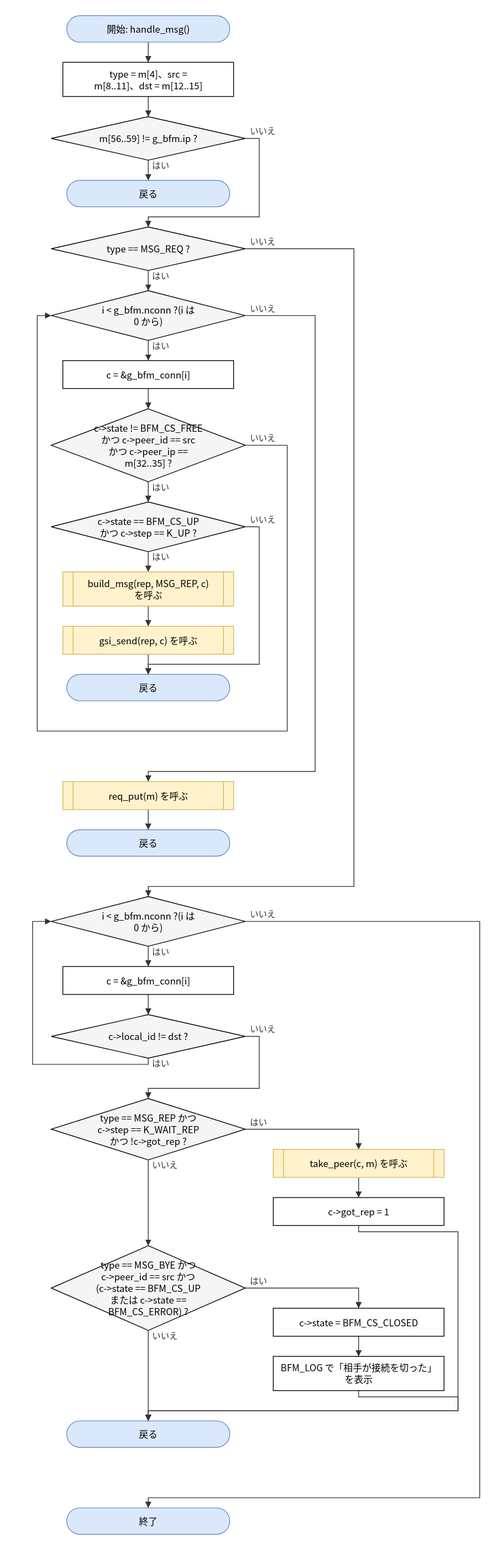
The draw.io diagram doc/spec/images/flow_src_bfm_cm-handle_msg.drawio.svg in hf355051012-ai/bfmem, before a commit. Source tidied: cells renumbered, new cells last; positions are measured from the earlier drawing's top-left corner, leaving out a move shared by most shapes.
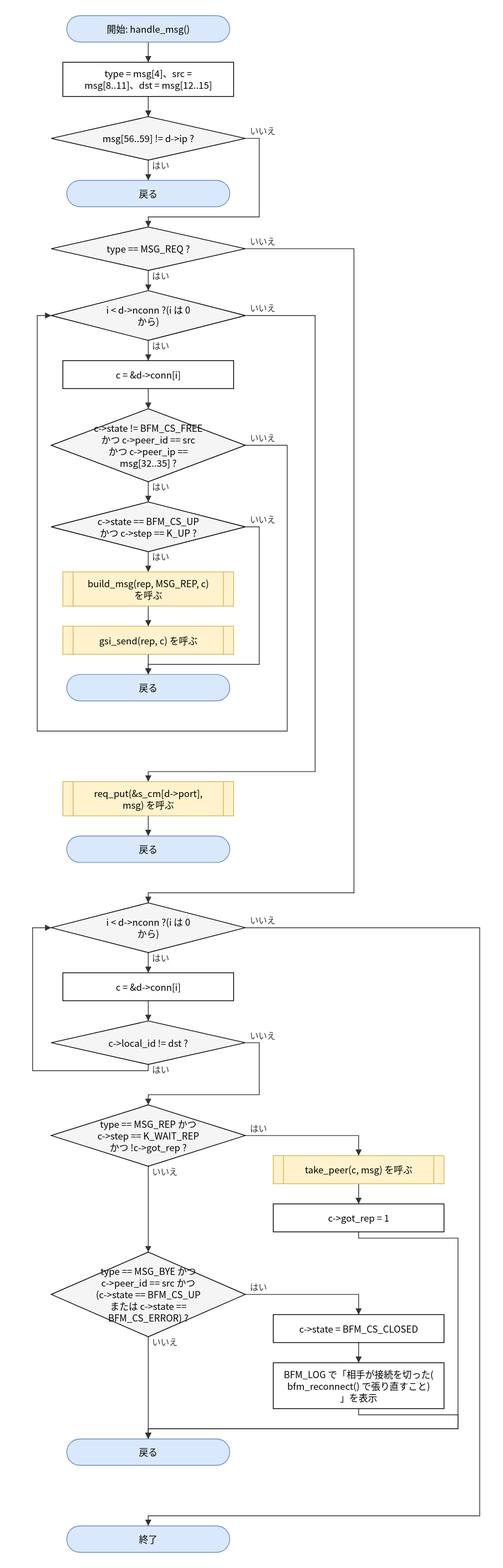
After the commit.

Diff of the diagram source:
```diff
@@ -5,10 +5,10 @@
     <mxCell id="2" value="開始: handle_msg()" style="rounded=1;arcSize=50;whiteSpace=wrap;html=1;fillColor=#dae8fc;strokeColor=#6c8ebf;" parent="1" vertex="1">
       <mxGeometry x="44" width="210" height="34" as="geometry" />
     </mxCell>
-    <mxCell id="3" value="type = m[4]、src =&lt;br&gt;m[8..11]、dst = m[12..15]" style="rounded=0;whiteSpace=wrap;html=1;" parent="1" vertex="1">
+    <mxCell id="3" value="type = msg[4]、src =&lt;br&gt;msg[8..11]、dst = msg[12..15]" style="rounded=0;whiteSpace=wrap;html=1;" parent="1" vertex="1">
       <mxGeometry x="39" y="60" width="220" height="44" as="geometry" />
     </mxCell>
-    <mxCell id="4" value="m[56..59] != g_bfm.ip ?" style="rhombus;whiteSpace=wrap;html=1;fillColor=#f5f5f5;" parent="1" vertex="1">
+    <mxCell id="4" value="msg[56..59] != d-&amp;gt;ip ?" style="rhombus;whiteSpace=wrap;html=1;fillColor=#f5f5f5;" parent="1" vertex="1">
       <mxGeometry x="24" y="130" width="250" height="56" as="geometry" />
     </mxCell>
     <mxCell id="5" value="戻る" style="rounded=1;arcSize=50;whiteSpace=wrap;html=1;fillColor=#dae8fc;strokeColor=#6c8ebf;" parent="1" vertex="1">
@@ -17,13 +17,13 @@
     <mxCell id="6" value="type == MSG_REQ ?" style="rhombus;whiteSpace=wrap;html=1;fillColor=#f5f5f5;" parent="1" vertex="1">
       <mxGeometry x="24" y="272" width="250" height="56" as="geometry" />
     </mxCell>
-    <mxCell id="7" value="i &amp;lt; g_bfm.nconn ?(i は&lt;br&gt;0 から)" style="rhombus;whiteSpace=wrap;html=1;fillColor=#f5f5f5;" parent="1" vertex="1">
+    <mxCell id="7" value="i &amp;lt; d-&amp;gt;nconn ?(i は 0&lt;br&gt;から)" style="rhombus;whiteSpace=wrap;html=1;fillColor=#f5f5f5;" parent="1" vertex="1">
       <mxGeometry x="24" y="354" width="250" height="64" as="geometry" />
     </mxCell>
-    <mxCell id="8" value="c = &amp;amp;g_bfm_conn[i]" style="rounded=0;whiteSpace=wrap;html=1;" parent="1" vertex="1">
+    <mxCell id="8" value="c = &amp;amp;d-&amp;gt;conn[i]" style="rounded=0;whiteSpace=wrap;html=1;" parent="1" vertex="1">
       <mxGeometry x="39" y="444" width="220" height="36" as="geometry" />
     </mxCell>
-    <mxCell id="9" value="c-&amp;gt;state != BFM_CS_FREE&lt;br&gt;かつ c-&amp;gt;peer_id == src&lt;br&gt;かつ c-&amp;gt;peer_ip ==&lt;br&gt;m[32..35] ?" style="rhombus;whiteSpace=wrap;html=1;fillColor=#f5f5f5;" parent="1" vertex="1">
+    <mxCell id="9" value="c-&amp;gt;state != BFM_CS_FREE&lt;br&gt;かつ c-&amp;gt;peer_id == src&lt;br&gt;かつ c-&amp;gt;peer_ip ==&lt;br&gt;msg[32..35] ?" style="rhombus;whiteSpace=wrap;html=1;fillColor=#f5f5f5;" parent="1" vertex="1">
       <mxGeometry x="24" y="506" width="250" height="94" as="geometry" />
     </mxCell>
     <mxCell id="10" value="c-&amp;gt;state == BFM_CS_UP&lt;br&gt;かつ c-&amp;gt;step == K_UP ?" style="rhombus;whiteSpace=wrap;html=1;fillColor=#f5f5f5;" parent="1" vertex="1">
@@ -38,44 +38,44 @@
     <mxCell id="13" value="戻る" style="rounded=1;arcSize=50;whiteSpace=wrap;html=1;fillColor=#dae8fc;strokeColor=#6c8ebf;" parent="1" vertex="1">
       <mxGeometry x="44" y="848" width="210" height="34" as="geometry" />
     </mxCell>
-    <mxCell id="14" value="req_put(m) を呼ぶ" style="shape=process;whiteSpace=wrap;html=1;backgroundOutline=1;size=0.06;fillColor=#fff2cc;strokeColor=#d6b656;" parent="1" vertex="1">
-      <mxGeometry x="39" y="986" width="220" height="36" as="geometry" />
+    <mxCell id="14" value="req_put(&amp;amp;s_cm[d-&amp;gt;port],&lt;br&gt;msg) を呼ぶ" style="shape=process;whiteSpace=wrap;html=1;backgroundOutline=1;size=0.06;fillColor=#fff2cc;strokeColor=#d6b656;" parent="1" vertex="1">
+      <mxGeometry x="39" y="986" width="220" height="44" as="geometry" />
     </mxCell>
     <mxCell id="15" value="戻る" style="rounded=1;arcSize=50;whiteSpace=wrap;html=1;fillColor=#dae8fc;strokeColor=#6c8ebf;" parent="1" vertex="1">
-      <mxGeometry x="44" y="1048" width="210" height="34" as="geometry" />
+      <mxGeometry x="44" y="1056" width="210" height="34" as="geometry" />
     </mxCell>
-    <mxCell id="16" value="i &amp;lt; g_bfm.nconn ?(i は&lt;br&gt;0 から)" style="rhombus;whiteSpace=wrap;html=1;fillColor=#f5f5f5;" parent="1" vertex="1">
-      <mxGeometry x="24" y="1134" width="250" height="64" as="geometry" />
+    <mxCell id="16" value="i &amp;lt; d-&amp;gt;nconn ?(i は 0&lt;br&gt;から)" style="rhombus;whiteSpace=wrap;html=1;fillColor=#f5f5f5;" parent="1" vertex="1">
+      <mxGeometry x="24" y="1142" width="250" height="64" as="geometry" />
     </mxCell>
-    <mxCell id="17" value="c = &amp;amp;g_bfm_conn[i]" style="rounded=0;whiteSpace=wrap;html=1;" parent="1" vertex="1">
-      <mxGeometry x="39" y="1224" width="220" height="36" as="geometry" />
+    <mxCell id="17" value="c = &amp;amp;d-&amp;gt;conn[i]" style="rounded=0;whiteSpace=wrap;html=1;" parent="1" vertex="1">
+      <mxGeometry x="39" y="1232" width="220" height="36" as="geometry" />
     </mxCell>
     <mxCell id="18" value="c-&amp;gt;local_id != dst ?" style="rhombus;whiteSpace=wrap;html=1;fillColor=#f5f5f5;" parent="1" vertex="1">
-      <mxGeometry x="24" y="1286" width="250" height="56" as="geometry" />
+      <mxGeometry x="24" y="1294" width="250" height="56" as="geometry" />
     </mxCell>
     <mxCell id="19" value="type == MSG_REP かつ&lt;br&gt;c-&amp;gt;step == K_WAIT_REP&lt;br&gt;かつ !c-&amp;gt;got_rep ?" style="rhombus;whiteSpace=wrap;html=1;fillColor=#f5f5f5;" parent="1" vertex="1">
-      <mxGeometry x="24" y="1394" width="250" height="79" as="geometry" />
+      <mxGeometry x="24" y="1402" width="250" height="79" as="geometry" />
     </mxCell>
-    <mxCell id="20" value="take_peer(c, m) を呼ぶ" style="shape=process;whiteSpace=wrap;html=1;backgroundOutline=1;size=0.06;fillColor=#fff2cc;strokeColor=#d6b656;" parent="1" vertex="1">
-      <mxGeometry x="310" y="1459.5" width="220" height="36" as="geometry" />
+    <mxCell id="20" value="take_peer(c, msg) を呼ぶ" style="shape=process;whiteSpace=wrap;html=1;backgroundOutline=1;size=0.06;fillColor=#fff2cc;strokeColor=#d6b656;" parent="1" vertex="1">
+      <mxGeometry x="310" y="1467.5" width="220" height="36" as="geometry" />
     </mxCell>
     <mxCell id="21" value="c-&amp;gt;got_rep = 1" style="rounded=0;whiteSpace=wrap;html=1;" parent="1" vertex="1">
-      <mxGeometry x="310" y="1521.5" width="220" height="36" as="geometry" />
+      <mxGeometry x="310" y="1529.5" width="220" height="36" as="geometry" />
     </mxCell>
     <mxCell id="22" value="type == MSG_BYE かつ&lt;br&gt;c-&amp;gt;peer_id == src かつ&lt;br&gt;(c-&amp;gt;state == BFM_CS_UP&lt;br&gt;または c-&amp;gt;state ==&lt;br&gt;BFM_CS_ERROR) ?" style="rhombus;whiteSpace=wrap;html=1;fillColor=#f5f5f5;" parent="1" vertex="1">
-      <mxGeometry x="24" y="1583.5" width="250" height="109" as="geometry" />
+      <mxGeometry x="24" y="1591.5" width="250" height="109" as="geometry" />
     </mxCell>
     <mxCell id="23" value="c-&amp;gt;state = BFM_CS_CLOSED" style="rounded=0;whiteSpace=wrap;html=1;" parent="1" vertex="1">
-      <mxGeometry x="310" y="1664" width="220" height="36" as="geometry" />
+      <mxGeometry x="310" y="1672" width="220" height="36" as="geometry" />
     </mxCell>
-    <mxCell id="24" value="BFM_LOG で「相手が接続を切った」&lt;br&gt;を表示" style="rounded=0;whiteSpace=wrap;html=1;" parent="1" vertex="1">
-      <mxGeometry x="310" y="1726" width="220" height="44" as="geometry" />
+    <mxCell id="24" value="BFM_LOG で「相手が接続を切った(&lt;br&gt;bfm_reconnect() で張り直すこと)&lt;br&gt;」を表示" style="rounded=0;whiteSpace=wrap;html=1;" parent="1" vertex="1">
+      <mxGeometry x="310" y="1734" width="220" height="59" as="geometry" />
     </mxCell>
     <mxCell id="25" value="戻る" style="rounded=1;arcSize=50;whiteSpace=wrap;html=1;fillColor=#dae8fc;strokeColor=#6c8ebf;" parent="1" vertex="1">
-      <mxGeometry x="44" y="1809" width="210" height="34" as="geometry" />
+      <mxGeometry x="44" y="1832" width="210" height="34" as="geometry" />
     </mxCell>
     <mxCell id="26" value="終了" style="rounded=1;arcSize=50;whiteSpace=wrap;html=1;fillColor=#dae8fc;strokeColor=#6c8ebf;" parent="1" vertex="1">
-      <mxGeometry x="44" y="1921" width="210" height="34" as="geometry" />
+      <mxGeometry x="44" y="1944" width="210" height="34" as="geometry" />
     </mxCell>
     <mxCell id="27" style="edgeStyle=none;html=1;rounded=0;endArrow=block;endFill=1;exitX=0.5000;exitY=1.0000;exitDx=0;exitDy=0;exitPerimeter=0;entryX=0.5000;entryY=0.0000;entryDx=0;entryDy=0;entryPerimeter=0;" parent="1" edge="1" source="2" target="3">
       <mxGeometry relative="1" as="geometry" />
@@ -151,8 +151,8 @@
       <mxGeometry relative="1" as="geometry">
         <Array as="points">
           <mxPoint x="414" y="300" />
-          <mxPoint x="414" y="1121" />
-          <mxPoint x="149" y="1121" />
+          <mxPoint x="414" y="1129" />
+          <mxPoint x="149" y="1129" />
         </Array>
       </mxGeometry>
     </mxCell>
@@ -165,16 +165,16 @@
     <mxCell id="45" value="いいえ" style="edgeStyle=none;html=1;rounded=0;endArrow=block;endFill=1;exitX=1.0000;exitY=0.5000;exitDx=0;exitDy=0;exitPerimeter=0;entryX=0.5000;entryY=0.0000;entryDx=0;entryDy=0;entryPerimeter=0;" parent="1" edge="1" source="18" target="19">
       <mxGeometry relative="1" as="geometry">
         <Array as="points">
-          <mxPoint x="292" y="1314" />
-          <mxPoint x="292" y="1381" />
-          <mxPoint x="149" y="1381" />
+          <mxPoint x="292" y="1322" />
+          <mxPoint x="292" y="1389" />
+          <mxPoint x="149" y="1389" />
         </Array>
       </mxGeometry>
     </mxCell>
     <mxCell id="46" value="はい" style="edgeStyle=none;html=1;rounded=0;endArrow=block;endFill=1;exitX=1.0000;exitY=0.5000;exitDx=0;exitDy=0;exitPerimeter=0;entryX=0.5000;entryY=0.0000;entryDx=0;entryDy=0;entryPerimeter=0;" parent="1" edge="1" source="19" target="20">
       <mxGeometry relative="1" as="geometry">
         <Array as="points">
-          <mxPoint x="420" y="1433.5" />
+          <mxPoint x="420" y="1441.5" />
         </Array>
       </mxGeometry>
     </mxCell>
@@ -187,7 +187,7 @@
     <mxCell id="49" value="はい" style="edgeStyle=none;html=1;rounded=0;endArrow=block;endFill=1;exitX=1.0000;exitY=0.5000;exitDx=0;exitDy=0;exitPerimeter=0;entryX=0.5000;entryY=0.0000;entryDx=0;entryDy=0;entryPerimeter=0;" parent="1" edge="1" source="22" target="23">
       <mxGeometry relative="1" as="geometry">
         <Array as="points">
-          <mxPoint x="420" y="1638" />
+          <mxPoint x="420" y="1646" />
         </Array>
       </mxGeometry>
     </mxCell>
@@ -200,38 +200,38 @@
     <mxCell id="52" style="edgeStyle=none;html=1;rounded=0;endArrow=block;endFill=1;exitX=0.5000;exitY=1.0000;exitDx=0;exitDy=0;exitPerimeter=0;entryX=0.5000;entryY=0.0000;entryDx=0;entryDy=0;entryPerimeter=0;" parent="1" edge="1" source="21" target="25">
       <mxGeometry relative="1" as="geometry">
         <Array as="points">
-          <mxPoint x="420" y="1565.5" />
-          <mxPoint x="548" y="1565.5" />
-          <mxPoint x="548" y="1796" />
-          <mxPoint x="149" y="1796" />
+          <mxPoint x="420" y="1573.5" />
+          <mxPoint x="548" y="1573.5" />
+          <mxPoint x="548" y="1819" />
+          <mxPoint x="149" y="1819" />
         </Array>
       </mxGeometry>
     </mxCell>
     <mxCell id="53" style="edgeStyle=none;html=1;rounded=0;endArrow=block;endFill=1;exitX=0.5000;exitY=1.0000;exitDx=0;exitDy=0;exitPerimeter=0;entryX=0.5000;entryY=0.0000;entryDx=0;entryDy=0;entryPerimeter=0;" parent="1" edge="1" source="24" target="25">
       <mxGeometry relative="1" as="geometry">
         <Array as="points">
-          <mxPoint x="420" y="1778" />
-          <mxPoint x="548" y="1778" />
-          <mxPoint x="548" y="1796" />
-          <mxPoint x="149" y="1796" />
+          <mxPoint x="420" y="1801" />
+          <mxPoint x="548" y="1801" />
+          <mxPoint x="548" y="1819" />
+          <mxPoint x="149" y="1819" />
         </Array>
       </mxGeometry>
     </mxCell>
     <mxCell id="54" value="はい" style="edgeStyle=none;html=1;rounded=0;endArrow=block;endFill=1;exitX=0.5000;exitY=1.0000;exitDx=0;exitDy=0;exitPerimeter=0;entryX=0.0000;entryY=0.5000;entryDx=0;entryDy=0;entryPerimeter=0;" parent="1" edge="1" source="18" target="16">
       <mxGeometry relative="1" as="geometry">
         <Array as="points">
-          <mxPoint x="149" y="1350" />
-          <mxPoint y="1350" />
-          <mxPoint y="1166" />
+          <mxPoint x="149" y="1358" />
+          <mxPoint y="1358" />
+          <mxPoint y="1174" />
         </Array>
       </mxGeometry>
     </mxCell>
     <mxCell id="55" value="いいえ" style="edgeStyle=none;html=1;rounded=0;endArrow=block;endFill=1;exitX=1.0000;exitY=0.5000;exitDx=0;exitDy=0;exitPerimeter=0;entryX=0.5000;entryY=0.0000;entryDx=0;entryDy=0;entryPerimeter=0;" parent="1" edge="1" source="16" target="26">
       <mxGeometry relative="1" as="geometry">
         <Array as="points">
-          <mxPoint x="576" y="1166" />
-          <mxPoint x="576" y="1908" />
-          <mxPoint x="149" y="1908" />
+          <mxPoint x="576" y="1174" />
+          <mxPoint x="576" y="1931" />
+          <mxPoint x="149" y="1931" />
         </Array>
       </mxGeometry>
     </mxCell>
```
